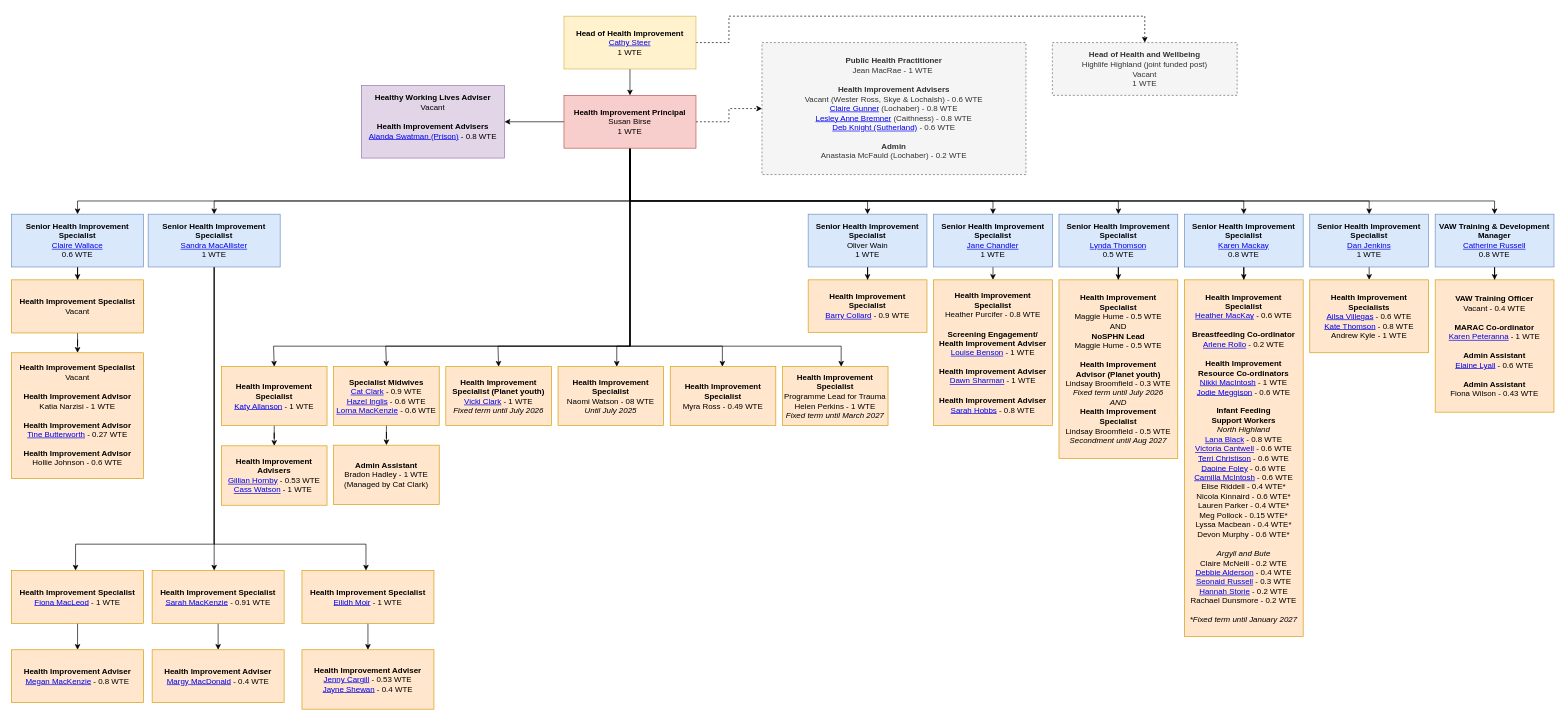
barrycollard/staffOrgChart keeps this draw.io diagram as Untitled Diagram.drawio. Above is the earlier version. Source tidied: cells renumbered, new cells numbered last; positions are measured from the earlier drawing's top-left corner, leaving out a move shared by most shapes. Both pictures are drawn from the tidied source at 66%, with x=0, y=0 at pixel (11, 16).
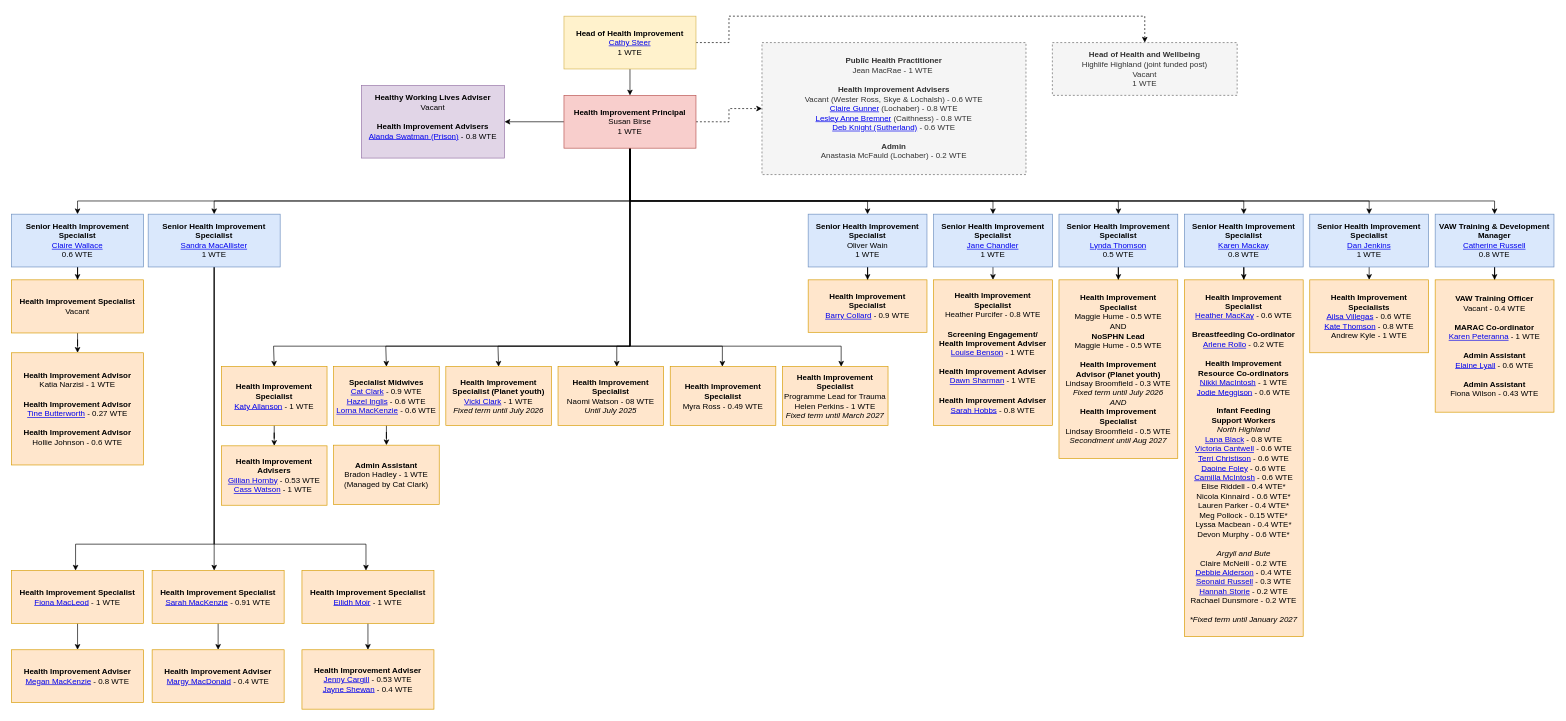
After the change.

Diff of the diagram source:
```diff
@@
-    <mxCell id="70" value="&lt;div&gt;&lt;b&gt;Health Improvement Specialist&lt;/b&gt;&lt;/div&gt;&lt;div&gt;Vacant&lt;/div&gt;&lt;div&gt;&lt;br&gt;&lt;/div&gt;&lt;div&gt;&lt;b&gt;Health Improvement Advisor&lt;/b&gt;&lt;/div&gt;&lt;div&gt;&lt;span style=&quot;background-color: transparent; color: light-dark(rgb(0, 0, 0), rgb(255, 255, 255));&quot;&gt;Katia Narzisi -&amp;nbsp;&lt;/span&gt;&lt;span style=&quot;background-color: transparent; color: light-dark(rgb(0, 0, 0), rgb(255, 255, 255));&quot;&gt;1 WTE&lt;/span&gt;&lt;br&gt;&lt;/div&gt;&lt;div&gt;&lt;span&gt;&lt;br&gt;&lt;/span&gt;&lt;/div&gt;&lt;div&gt;&lt;span&gt;&lt;div&gt;&lt;b&gt;Health Improvement Advisor&lt;/b&gt;&lt;/div&gt;&lt;div&gt;&lt;span style=&quot;background-color: transparent; color: light-dark(rgb(0, 0, 0), rgb(255, 255, 255));&quot;&gt;&lt;a href=&quot;/staff/tine-butterworth/&quot;&gt;Tine Butterworth&lt;/a&gt; -&amp;nbsp;&lt;/span&gt;&lt;span style=&quot;background-color: transparent; color: light-dark(rgb(0, 0, 0), rgb(255, 255, 255));&quot;&gt;0.27 WTE&lt;/span&gt;&lt;br&gt;&lt;/div&gt;&lt;/span&gt;&lt;/div&gt;&lt;div&gt;&lt;span&gt;&lt;br&gt;&lt;/span&gt;&lt;/div&gt;&lt;div&gt;&lt;span&gt;&lt;div&gt;&lt;b&gt;Health Improvement Advisor&lt;/b&gt;&lt;/div&gt;&lt;div&gt;&lt;span style=&quot;background-color: transparent; color: light-dark(rgb(0, 0, 0), rgb(255, 255, 255));&quot;&gt;Hollie Johnson - 0.6 WTE&lt;/span&gt;&lt;br&gt;&lt;/div&gt;&lt;/span&gt;&lt;/div&gt;" style="rounded=0;whiteSpace=wrap;html=1;fillColor=#ffe6cc;strokeColor=#d79b00;" parent="1" vertex="1">
-      <mxGeometry y="510" width="200" height="190.5" as="geometry" />
+    <mxCell id="70" value="&lt;div&gt;&lt;b style=&quot;background-color: transparent; color: light-dark(rgb(0, 0, 0), rgb(255, 255, 255));&quot;&gt;Health Improvement Advisor&lt;/b&gt;&lt;/div&gt;&lt;div&gt;&lt;span style=&quot;background-color: transparent; color: light-dark(rgb(0, 0, 0), rgb(255, 255, 255));&quot;&gt;Katia Narzisi -&amp;nbsp;&lt;/span&gt;&lt;span style=&quot;background-color: transparent; color: light-dark(rgb(0, 0, 0), rgb(255, 255, 255));&quot;&gt;1 WTE&lt;/span&gt;&lt;br&gt;&lt;/div&gt;&lt;div&gt;&lt;span&gt;&lt;br&gt;&lt;/span&gt;&lt;/div&gt;&lt;div&gt;&lt;span&gt;&lt;div&gt;&lt;b&gt;Health Improvement Advisor&lt;/b&gt;&lt;/div&gt;&lt;div&gt;&lt;span style=&quot;background-color: transparent; color: light-dark(rgb(0, 0, 0), rgb(255, 255, 255));&quot;&gt;&lt;a href=&quot;/staff/tine-butterworth/&quot;&gt;Tine Butterworth&lt;/a&gt; -&amp;nbsp;&lt;/span&gt;&lt;span style=&quot;background-color: transparent; color: light-dark(rgb(0, 0, 0), rgb(255, 255, 255));&quot;&gt;0.27 WTE&lt;/span&gt;&lt;br&gt;&lt;/div&gt;&lt;/span&gt;&lt;/div&gt;&lt;div&gt;&lt;span&gt;&lt;br&gt;&lt;/span&gt;&lt;/div&gt;&lt;div&gt;&lt;span&gt;&lt;div&gt;&lt;b&gt;Health Improvement Advisor&lt;/b&gt;&lt;/div&gt;&lt;div&gt;&lt;span style=&quot;background-color: transparent; color: light-dark(rgb(0, 0, 0), rgb(255, 255, 255));&quot;&gt;Hollie Johnson - 0.6 WTE&lt;/span&gt;&lt;br&gt;&lt;/div&gt;&lt;/span&gt;&lt;/div&gt;" style="rounded=0;whiteSpace=wrap;html=1;fillColor=#ffe6cc;strokeColor=#d79b00;" parent="1" vertex="1">
+      <mxGeometry y="510" width="200" height="170" as="geometry" />
     </mxCell>
```
